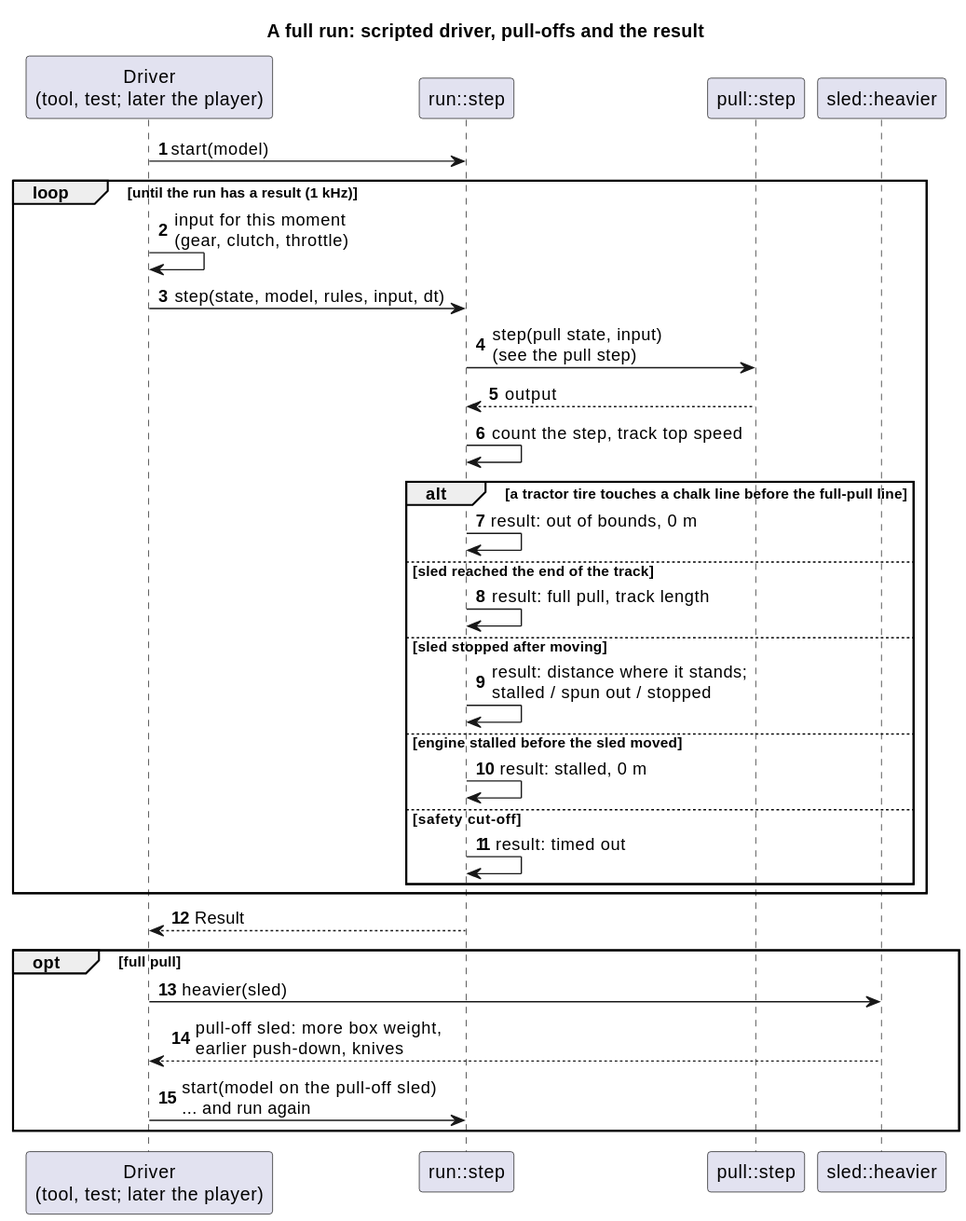
Earlier version of the PlantUML export docs/diagrams/svg/full_run_sequence.svg (wversteeg/TractorPulling).
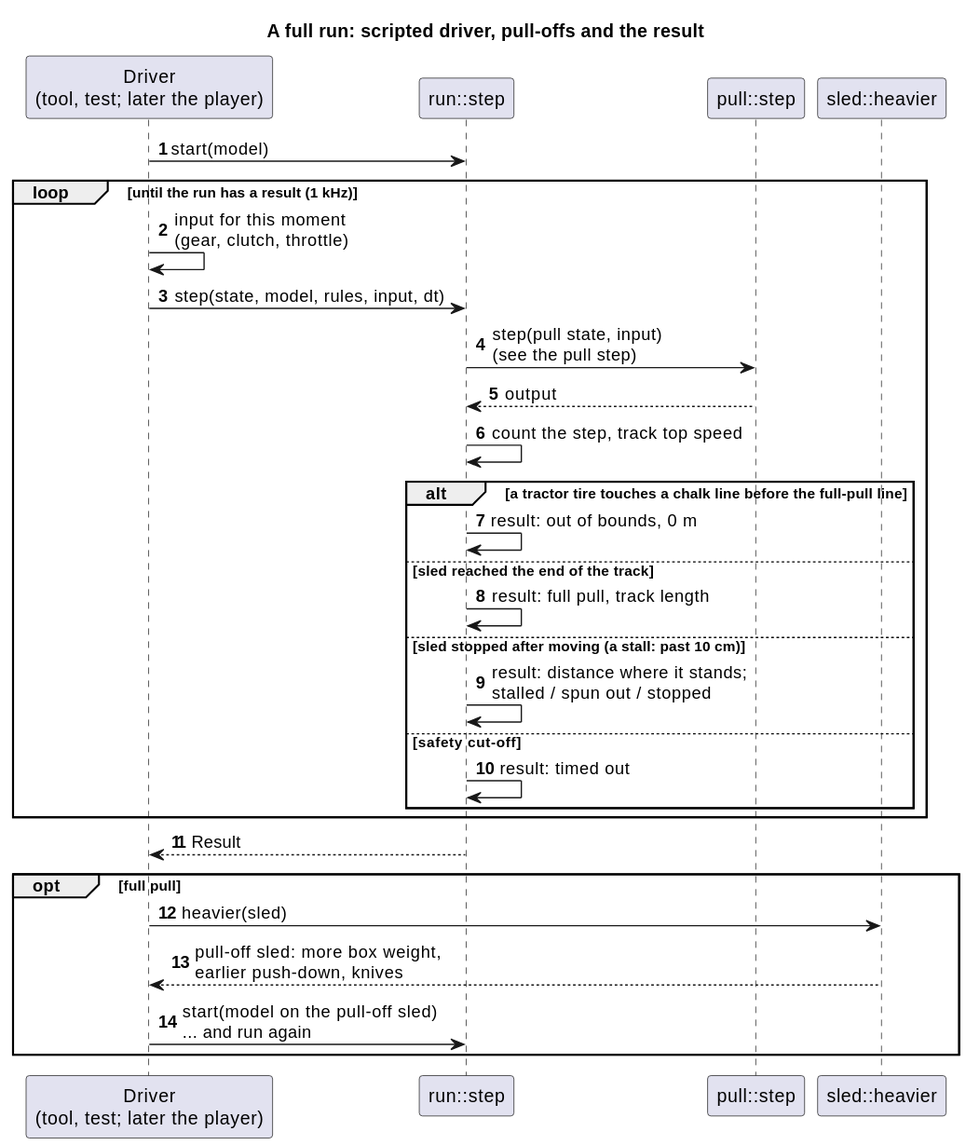
Above is the later version.

Commit message:
A stall before the sled moves 10 cm is no stop: the engine starts again

The edit, as a diff of the source:
```diff
@@ -17,10 +17,8 @@
     Run -> Run : result: out of bounds, 0 m
   else sled reached the end of the track
     Run -> Run : result: full pull, track length
-  else sled stopped after moving
+  else sled stopped after moving (a stall: past 10 cm)
     Run -> Run : result: distance where it stands;\nstalled / spun out / stopped
-  else engine stalled before the sled moved
-    Run -> Run : result: stalled, 0 m
   else safety cut-off
     Run -> Run : result: timed out
   end
```
